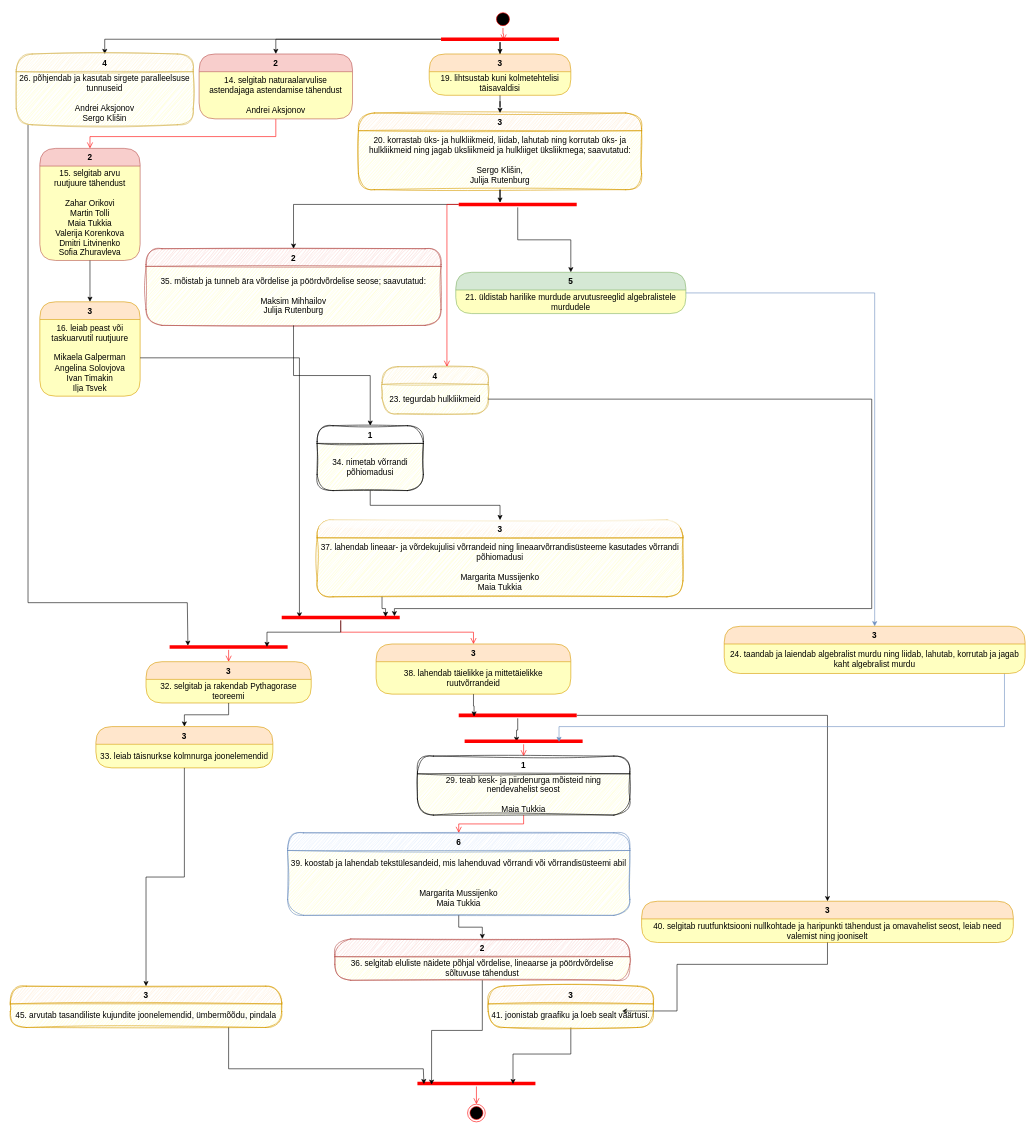
The draw.io diagram page "Väljavõte" (4 of 4) of rmd/matemaatika-3.drawio in piiskop/matemaatika-3, before the edit. Source tidied: cells renumbered, new cells numbered last; positions are measured from the earlier drawing's top-left corner, leaving out a move shared by most shapes. Both pictures are drawn from the tidied source at 59%, with x=0, y=0 at pixel (10, 10).
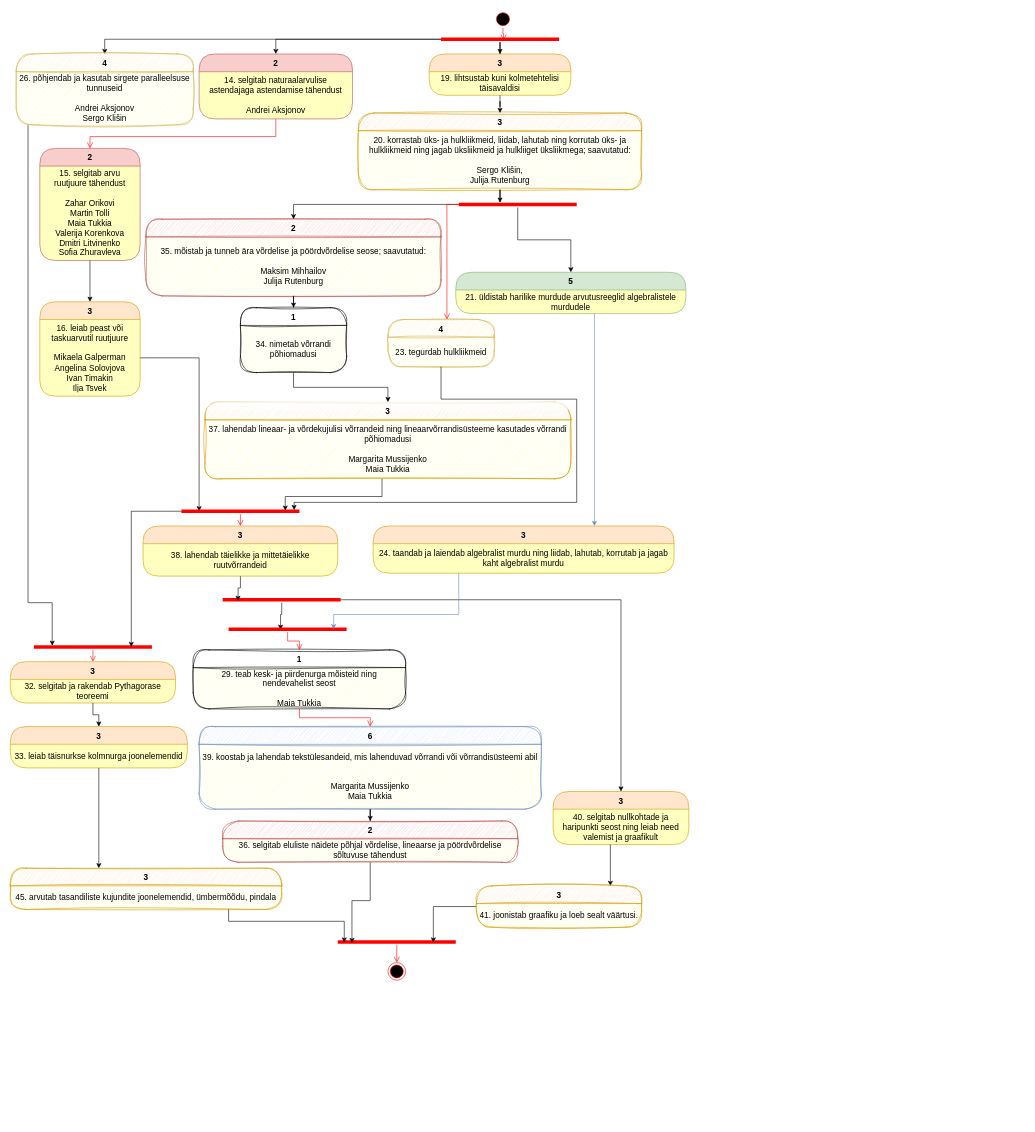
Above is the later version.

The change refers to these unchanged cells:
```xml
<mxCell id="18" value="&lt;div&gt;37. lahendab lineaar- ja võrdekujulisi võrrandeid ning lineaarvõrrandisüsteeme kasutades&amp;nbsp;&lt;span style=&quot;background-color: transparent; color: light-dark(rgb(0, 0, 0), rgb(237, 237, 237));&quot;&gt;võrrandi põhiomadusi&lt;/span&gt;&lt;/div&gt;&lt;div&gt;&lt;br&gt;Margarita Mussijenko&lt;br&gt;Maia Tukkia&lt;/div&gt;" style="text;html=1;strokeColor=none;fillColor=none;align=center;verticalAlign=middle;spacingLeft=4;spacingRight=4;whiteSpace=wrap;overflow=hidden;fontColor=#000000;fontSize=14;" parent="17" vertex="1">
  <mxGeometry y="30" width="620" height="100" as="geometry" />
</mxCell>
<mxCell id="31" value="&lt;div&gt;23. tegurdab hulkliikmeid&lt;/div&gt;" style="text;html=1;strokeColor=none;fillColor=none;align=center;verticalAlign=middle;spacingLeft=4;spacingRight=4;whiteSpace=wrap;overflow=hidden;fontColor=#000000;fontSize=14;" parent="30" vertex="1">
  <mxGeometry y="30" width="180" height="50" as="geometry" />
</mxCell>
<mxCell id="56" value="4" style="swimlane;fontStyle=1;align=center;verticalAlign=middle;horizontal=1;startSize=30;rounded=1;arcSize=30;swimlaneFillColor=#ffffc0;fillColor=#fff2cc;strokeColor=#d6b656;sketch=1;curveFitting=1;jiggle=2;fontSize=14;" parent="1" vertex="1">
  <mxGeometry x="10" y="74" width="300" height="120" as="geometry" />
</mxCell>
<mxCell id="66" value="5" style="swimlane;fontStyle=1;align=center;verticalAlign=middle;horizontal=1;startSize=30;rounded=1;arcSize=30;strokeColor=#82b366;fillColor=#d5e8d4;swimlaneFillColor=#ffffc0;fontSize=14;" parent="1" vertex="1">
  <mxGeometry x="755" y="444" width="390" height="70" as="geometry" />
</mxCell>
<mxCell id="75" value="&lt;div&gt;24. taandab ja laiendab algebralist murdu ning liidab, lahutab, korrutab ja jagab kaht algebralist&amp;nbsp;&lt;span style=&quot;background-color: transparent; color: light-dark(rgb(0, 0, 0), rgb(237, 237, 237));&quot;&gt;murdu&lt;/span&gt;&lt;/div&gt;" style="text;html=1;strokeColor=none;fillColor=none;align=center;verticalAlign=middle;spacingLeft=4;spacingRight=4;whiteSpace=wrap;overflow=hidden;fontColor=#000000;fontSize=14;" parent="74" vertex="1">
  <mxGeometry y="30" width="510" height="50" as="geometry" />
</mxCell>
<mxCell id="86" value="33. leiab täisnurkse kolmnurga joonelemendid" style="text;html=1;strokeColor=none;fillColor=none;align=center;verticalAlign=middle;spacingLeft=4;spacingRight=4;whiteSpace=wrap;overflow=hidden;fontColor=#000000;fontSize=14;" parent="85" vertex="1">
  <mxGeometry y="30" width="300" height="40" as="geometry" />
</mxCell>
```

Diff of the diagram source:
```diff
@@
     <mxCell id="14" value="3" style="swimlane;fontStyle=1;align=center;verticalAlign=middle;horizontal=1;startSize=30;rounded=1;arcSize=30;strokeColor=#d79b00;fillColor=#ffe6cc;swimlaneFillColor=#ffffc0;fontSize=14;" parent="1" vertex="1">
-      <mxGeometry x="620" y="1074" width="330" height="85" as="geometry" />
+      <mxGeometry x="225" y="874" width="330" height="85" as="geometry" />
     </mxCell>
@@
     <mxCell id="17" value="3" style="swimlane;fontStyle=1;align=center;verticalAlign=middle;horizontal=1;startSize=30;rounded=1;arcSize=30;strokeColor=#d79b00;fillColor=#ffe6cc;swimlaneFillColor=#ffffc0;sketch=1;curveFitting=1;jiggle=2;glass=1;fontSize=14;" parent="1" vertex="1">
-      <mxGeometry x="520" y="864" width="620" height="130" as="geometry" />
+      <mxGeometry x="330" y="664" width="620" height="130" as="geometry" />
     </mxCell>
@@
     <mxCell id="19" style="shape=line;html=1;strokeWidth=6;strokeColor=#ff0000;fontSize=14;" parent="1" vertex="1">
-      <mxGeometry x="460" y="1024" width="200" height="10" as="geometry" />
+      <mxGeometry x="290" y="844" width="200" height="10" as="geometry" />
     </mxCell>
@@
     <mxCell id="21" style="edgeStyle=orthogonalEdgeStyle;rounded=0;jettySize=auto;html=1;entryX=0.88;entryY=0.4;entryDx=0;entryDy=0;entryPerimeter=0;fontSize=14;" parent="1" edge="1" source="18" target="19">
       <mxGeometry relative="1" as="geometry">
         <Array as="points">
-          <mxPoint x="630" y="1014" />
-          <mxPoint x="636" y="1014" />
+          <mxPoint x="630" y="824" />
+          <mxPoint x="466" y="824" />
         </Array>
       </mxGeometry>
     </mxCell>
     <mxCell id="22" value="1" style="swimlane;fontStyle=1;align=center;verticalAlign=middle;horizontal=1;startSize=30;rounded=1;arcSize=30;swimlaneFillColor=#ffffc0;sketch=1;curveFitting=1;jiggle=2;fontSize=14;" parent="1" vertex="1">
-      <mxGeometry x="520" y="704" width="180" height="110" as="geometry" />
+      <mxGeometry x="390" y="504" width="180" height="110" as="geometry" />
     </mxCell>
@@
     <mxCell id="25" value="2" style="swimlane;fontStyle=1;align=center;verticalAlign=middle;horizontal=1;startSize=30;rounded=1;arcSize=30;strokeColor=#b85450;fillColor=#f8cecc;swimlaneFillColor=#ffffc0;sketch=1;curveFitting=1;jiggle=2;fontSize=14;" parent="1" vertex="1">
-      <mxGeometry x="230" y="404" width="500" height="130" as="geometry" />
+      <mxGeometry x="230" y="354" width="500" height="130" as="geometry" />
     </mxCell>
@@
     <mxCell id="30" value="4" style="swimlane;fontStyle=1;align=center;verticalAlign=middle;horizontal=1;startSize=30;rounded=1;arcSize=30;strokeColor=#d6b656;fillColor=#fff2cc;swimlaneFillColor=#ffffc0;sketch=1;curveFitting=1;jiggle=2;fontSize=14;" parent="1" vertex="1">
-      <mxGeometry x="630" y="604" width="180" height="80" as="geometry" />
+      <mxGeometry x="640" y="524" width="180" height="80" as="geometry" />
     </mxCell>
@@
     <mxCell id="37" style="edgeStyle=orthogonalEdgeStyle;rounded=0;jettySize=auto;html=1;entryX=0.955;entryY=0.3;entryDx=0;entryDy=0;entryPerimeter=0;fontSize=14;" parent="1" edge="1" source="31" target="19">
       <mxGeometry relative="1" as="geometry">
         <Array as="points">
-          <mxPoint x="1460" y="1014" />
-          <mxPoint x="651" y="1014" />
+          <mxPoint x="730" y="659" />
+          <mxPoint x="960" y="659" />
+          <mxPoint x="960" y="834" />
+          <mxPoint x="481" y="834" />
         </Array>
       </mxGeometry>
     </mxCell>
     <mxCell id="38" value="3" style="swimlane;fontStyle=1;align=center;verticalAlign=middle;horizontal=1;startSize=30;rounded=1;arcSize=30;strokeColor=#d79b00;fillColor=#ffe6cc;swimlaneFillColor=#ffffc0;fontSize=14;" parent="1" vertex="1">
-      <mxGeometry x="1070" y="1510" width="630" height="70" as="geometry" />
+      <mxGeometry x="920" y="1324" width="230" height="90" as="geometry" />
     </mxCell>
-    <mxCell id="39" value="40. selgitab ruutfunktsiooni nullkohtade ja haripunkti tähendust ja omavahelist seost, leiab need valemist ning jooniselt" style="text;html=1;strokeColor=none;fillColor=none;align=center;verticalAlign=middle;spacingLeft=4;spacingRight=4;whiteSpace=wrap;overflow=hidden;fontColor=#000000;fontSize=14;" parent="38" vertex="1">
-      <mxGeometry y="30" width="630" height="40" as="geometry" />
+    <mxCell id="39" value="40. selgitab nullkohtade ja haripunkti seost ning leiab need valemist ja graafikult" style="text;html=1;strokeColor=none;fillColor=none;align=center;verticalAlign=middle;spacingLeft=4;spacingRight=4;whiteSpace=wrap;overflow=hidden;fontColor=#000000;fontSize=14;" parent="38" vertex="1">
+      <mxGeometry y="30" width="230" height="60" as="geometry" />
     </mxCell>
     <mxCell id="40" value="6" style="swimlane;fontStyle=1;align=center;verticalAlign=middle;horizontal=1;startSize=30;rounded=1;arcSize=30;strokeColor=#6c8ebf;fillColor=#dae8fc;swimlaneFillColor=#ffffc0;sketch=1;curveFitting=1;jiggle=2;fontSize=14;" parent="1" vertex="1">
-      <mxGeometry x="470" y="1394" width="580" height="140" as="geometry" />
+      <mxGeometry x="320" y="1214" width="580" height="140" as="geometry" />
     </mxCell>
@@
     <mxCell id="44" style="shape=line;html=1;strokeWidth=6;strokeColor=#ff0000;fontSize=14;" parent="1" vertex="1">
-      <mxGeometry x="760" y="1190" width="200" height="10" as="geometry" />
+      <mxGeometry x="360" y="994" width="200" height="10" as="geometry" />
     </mxCell>
@@
     <mxCell id="47" value="2" style="swimlane;fontStyle=1;align=center;verticalAlign=middle;horizontal=1;startSize=30;rounded=1;arcSize=30;strokeColor=#b85450;fillColor=#f8cecc;swimlaneFillColor=#ffffc0;sketch=1;curveFitting=1;jiggle=2;fontSize=14;" parent="1" vertex="1">
-      <mxGeometry x="550" y="1574" width="500" height="70" as="geometry" />
+      <mxGeometry x="360" y="1374" width="500" height="70" as="geometry" />
     </mxCell>
@@
     <mxCell id="50" style="shape=line;html=1;strokeWidth=6;strokeColor=#ff0000;fontSize=14;" parent="1" vertex="1">
-      <mxGeometry x="690" y="1814" width="200" height="10" as="geometry" />
+      <mxGeometry x="555" y="1574" width="200" height="10" as="geometry" />
     </mxCell>
@@
     <mxCell id="54" style="ellipse;html=1;shape=endState;fillColor=#000000;strokeColor=#ff0000;fontSize=14;" parent="1" vertex="1">
-      <mxGeometry x="775" y="1854" width="30" height="30" as="geometry" />
+      <mxGeometry x="640" y="1614" width="30" height="30" as="geometry" />
     </mxCell>
     <mxCell id="55" style="edgeStyle=orthogonalEdgeStyle;rounded=0;jettySize=auto;html=1;entryX=0.155;entryY=0.3;entryDx=0;entryDy=0;entryPerimeter=0;fontSize=14;" parent="1" edge="1" source="56" target="78">
       <mxGeometry relative="1" as="geometry">
         <Array as="points">
           <mxPoint x="30" y="1004" />
-          <mxPoint x="300" y="1004" />
+          <mxPoint x="71" y="1004" />
         </Array>
       </mxGeometry>
     </mxCell>
@@
-    <mxCell id="60" style="edgeStyle=orthogonalEdgeStyle;rounded=0;jettySize=auto;html=1;entryX=0.81;entryY=0.6;entryDx=0;entryDy=0;entryPerimeter=0;fontSize=14;" parent="1" edge="1" source="39" target="61">
+    <mxCell id="60" style="edgeStyle=orthogonalEdgeStyle;rounded=0;jettySize=auto;html=1;fontSize=14;" parent="1" edge="1" source="39" target="61">
       <mxGeometry relative="1" as="geometry">
         <Array as="points">
-          <mxPoint x="1385" y="1617" />
-          <mxPoint x="1130" y="1617" />
-          <mxPoint x="1130" y="1696" />
+          <mxPoint x="1017" y="1424" />
+          <mxPoint x="1017" y="1424" />
         </Array>
       </mxGeometry>
     </mxCell>
     <mxCell id="61" value="3" style="swimlane;fontStyle=1;align=center;verticalAlign=middle;horizontal=1;startSize=30;rounded=1;arcSize=30;strokeColor=#d79b00;fillColor=#ffe6cc;swimlaneFillColor=#ffffc0;sketch=1;curveFitting=1;jiggle=2;fontSize=14;" parent="1" vertex="1">
-      <mxGeometry x="810" y="1654" width="280" height="70" as="geometry" />
+      <mxGeometry x="790" y="1484" width="280" height="70" as="geometry" />
     </mxCell>
@@
     <mxCell id="68" value="1" style="swimlane;fontStyle=1;align=center;verticalAlign=middle;horizontal=1;startSize=30;rounded=1;arcSize=30;swimlaneFillColor=#ffffc0;sketch=1;curveFitting=1;jiggle=2;direction=east;fontSize=14;" parent="1" vertex="1">
-      <mxGeometry x="690" y="1264" width="360" height="100" as="geometry" />
+      <mxGeometry x="310" y="1084" width="360" height="100" as="geometry" />
     </mxCell>
@@
     <mxCell id="70" style="shape=line;html=1;strokeWidth=6;strokeColor=#ff0000;fontSize=14;" parent="1" vertex="1">
-      <mxGeometry x="770" y="1234" width="200" height="10" as="geometry" />
+      <mxGeometry x="370" y="1044" width="200" height="10" as="geometry" />
     </mxCell>
@@
-    <mxCell id="72" style="edgeStyle=orthogonalEdgeStyle;rounded=0;jettySize=auto;html=1;fillColor=#dae8fc;strokeColor=#6c8ebf;fontSize=14;" parent="1" edge="1" source="74">
-      <mxGeometry relative="1" as="geometry">
-        <mxPoint x="930" y="1240" as="targetPoint" />
-        <Array as="points">
-          <mxPoint x="1685" y="1214" />
-          <mxPoint x="930" y="1214" />
-          <mxPoint x="930" y="1240" />
-        </Array>
-      </mxGeometry>
-    </mxCell>
     <mxCell id="73" style="edgeStyle=orthogonalEdgeStyle;rounded=0;jettySize=auto;html=1;fillColor=#dae8fc;strokeColor=#6c8ebf;fontSize=14;" parent="1" edge="1" source="66" target="74">
-      <mxGeometry relative="1" as="geometry" />
+      <mxGeometry relative="1" as="geometry">
+        <Array as="points">
+          <mxPoint x="990" y="794" />
+          <mxPoint x="990" y="794" />
+        </Array>
+      </mxGeometry>
     </mxCell>
     <mxCell id="74" value="3" style="swimlane;fontStyle=1;align=center;verticalAlign=middle;horizontal=1;startSize=30;rounded=1;arcSize=30;strokeColor=#d79b00;fillColor=#ffe6cc;swimlaneFillColor=#ffffc0;fontSize=14;" parent="1" vertex="1">
-      <mxGeometry x="1210" y="1044" width="510" height="80" as="geometry" />
+      <mxGeometry x="615" y="874" width="510" height="80" as="geometry" />
     </mxCell>
@@
     <mxCell id="76" value="3" style="swimlane;fontStyle=1;align=center;verticalAlign=middle;horizontal=1;startSize=30;rounded=1;arcSize=30;strokeColor=#d79b00;fillColor=#ffe6cc;swimlaneFillColor=#ffffc0;fontSize=14;" parent="1" vertex="1">
-      <mxGeometry x="230" y="1104" width="280" height="70" as="geometry" />
+      <mxGeometry y="1104" width="280" height="70" as="geometry" />
     </mxCell>
@@
     <mxCell id="78" style="shape=line;html=1;strokeWidth=6;strokeColor=#ff0000;fontSize=14;" parent="1" vertex="1">
-      <mxGeometry x="270" y="1074" width="200" height="10" as="geometry" />
+      <mxGeometry x="40" y="1074" width="200" height="10" as="geometry" />
     </mxCell>
@@
     <mxCell id="82" value="3" style="swimlane;fontStyle=1;align=center;verticalAlign=middle;horizontal=1;startSize=30;rounded=1;arcSize=30;strokeColor=#d79b00;fillColor=#ffe6cc;swimlaneFillColor=#ffffc0;sketch=1;curveFitting=1;jiggle=2;fontSize=14;" parent="1" vertex="1">
-      <mxGeometry y="1654" width="460" height="70" as="geometry" />
+      <mxGeometry y="1454" width="460" height="70" as="geometry" />
     </mxCell>
@@
     <mxCell id="84" style="edgeStyle=orthogonalEdgeStyle;rounded=0;jettySize=auto;html=1;entryX=0.055;entryY=0.6;entryDx=0;entryDy=0;entryPerimeter=0;fontSize=14;" parent="1" edge="1" source="82" target="50">
       <mxGeometry relative="1" as="geometry">
         <Array as="points">
-          <mxPoint x="370" y="1794" />
-          <mxPoint x="700" y="1794" />
+          <mxPoint x="370" y="1544" />
+          <mxPoint x="566" y="1544" />
         </Array>
       </mxGeometry>
     </mxCell>
     <mxCell id="85" value="3" style="swimlane;fontStyle=1;align=center;verticalAlign=middle;horizontal=1;startSize=30;rounded=1;arcSize=30;strokeColor=#d79b00;fillColor=#ffe6cc;swimlaneFillColor=#ffffc0;fontSize=14;" parent="1" vertex="1">
-      <mxGeometry x="145" y="1214" width="300" height="70" as="geometry" />
+      <mxGeometry y="1214" width="300" height="70" as="geometry" />
     </mxCell>
@@
     <mxCell id="87" style="edgeStyle=orthogonalEdgeStyle;rounded=0;jettySize=auto;html=1;fontSize=14;" parent="1" edge="1" source="86" target="82">
-      <mxGeometry relative="1" as="geometry" />
+      <mxGeometry relative="1" as="geometry">
+        <Array as="points">
+          <mxPoint x="150" y="1484" />
+          <mxPoint x="150" y="1484" />
+        </Array>
+      </mxGeometry>
     </mxCell>
+    <mxCell id="88" style="edgeStyle=orthogonalEdgeStyle;rounded=0;jettySize=auto;html=1;entryX=0.89;entryY=0.5;entryDx=0;entryDy=0;entryPerimeter=0;fillColor=#dae8fc;strokeColor=#6c8ebf;" parent="1" edge="1" source="75" target="70">
+      <mxGeometry relative="1" as="geometry">
+        <Array as="points">
+          <mxPoint x="760" y="1024" />
+          <mxPoint x="548" y="1024" />
+        </Array>
+      </mxGeometry>
+    </mxCell>
```
